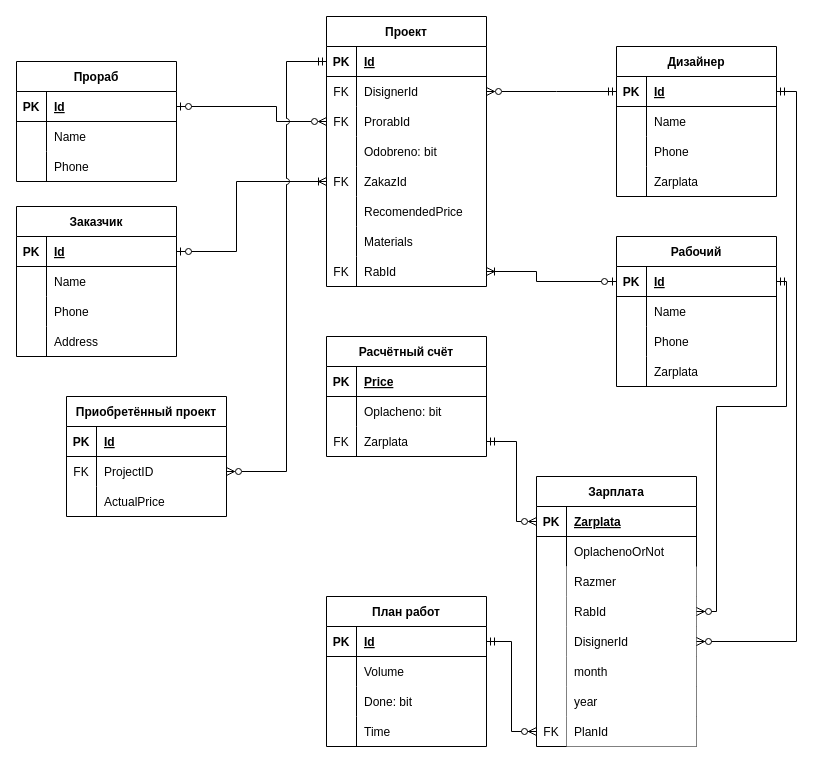
LeraMrmr/ZiminaLera keeps this draw.io diagram as ER.drawio. Above is the earlier version. Source tidied: cells renumbered, new cells numbered last; positions are measured from the earlier drawing's top-left corner, leaving out a move shared by most shapes. Both pictures are drawn from the tidied source at 100%, with x=0, y=0 at pixel (16, 16).
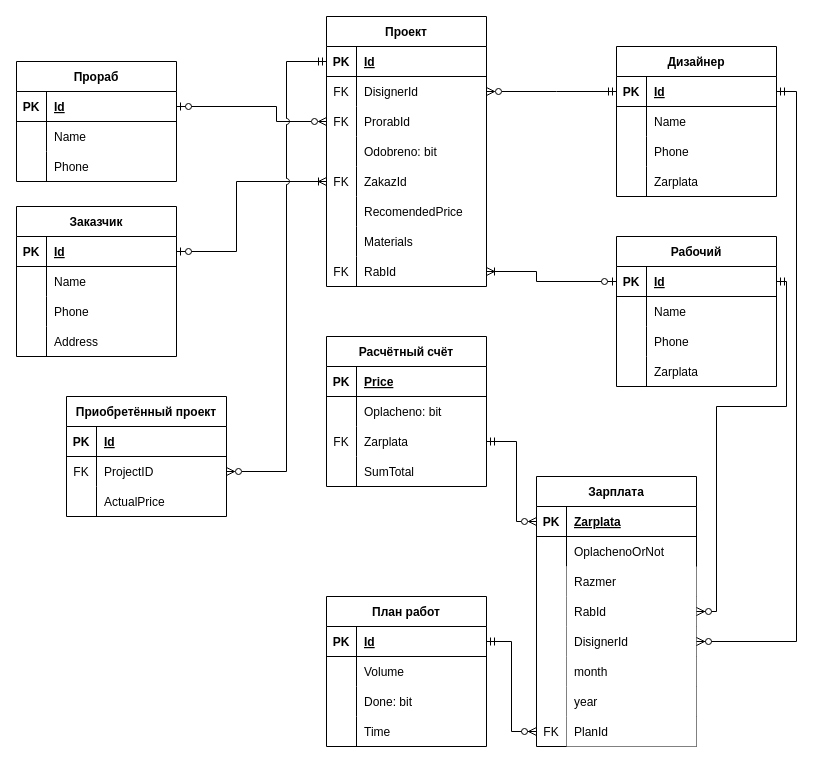
Above is the later version.

Diff of the diagram source:
```diff
@@
     <mxCell id="66" value="Расчётный счёт" style="shape=table;startSize=30;childLayout=tableLayout;rowLines=0;fontStyle=1;align=center;" parent="1" vertex="1">
-      <mxGeometry x="310" y="320" width="160" height="120" as="geometry" />
+      <mxGeometry x="310" y="320" width="160" height="150" as="geometry" />
     </mxCell>
@@
+    <mxCell id="143" style="shape=partialRectangle;fillColor=none;top=0;left=0;bottom=0;right=0;" parent="66" vertex="1">
+      <mxGeometry y="120" width="160" height="30" as="geometry" />
+    </mxCell>
+    <mxCell id="144" style="shape=partialRectangle;fillColor=none;top=0;left=0;bottom=0;right=0;overflow=hidden;" parent="143" vertex="1">
+      <mxGeometry width="30" height="30" as="geometry" />
+    </mxCell>
+    <mxCell id="145" value="SumTotal" style="shape=partialRectangle;fillColor=none;top=0;left=0;bottom=0;right=0;align=left;spacingLeft=6;overflow=hidden;" parent="143" vertex="1">
+      <mxGeometry x="30" width="130" height="30" as="geometry" />
+    </mxCell>
```
